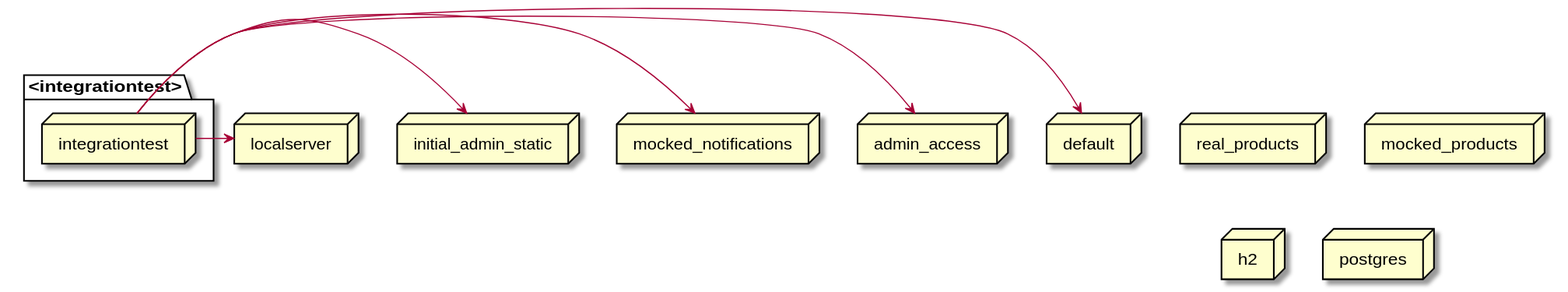
Earlier version of the PlantUML export docs/latest/images/gen_springprofiles-integrationtest.svg (mercedes-benz/sechub).
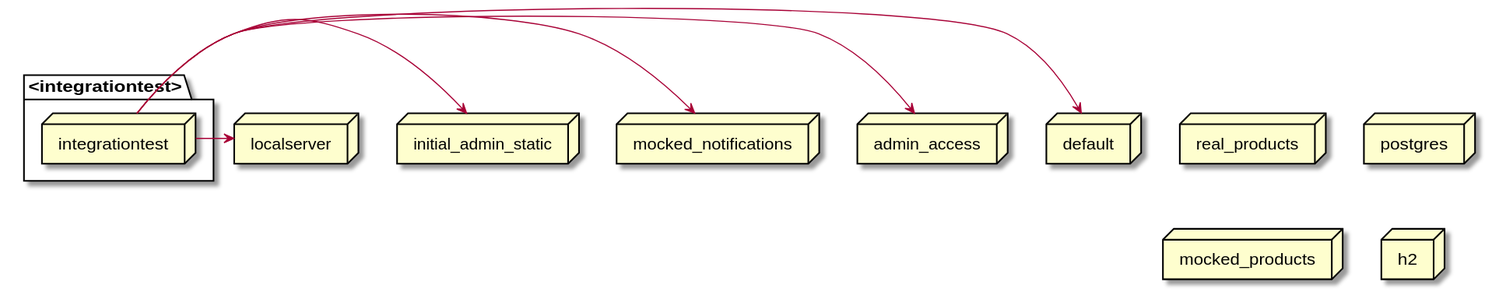
The same file after the commit.

What changed in the source:
```diff
@@ -1,16 +1,16 @@
 @startuml
+node real_products
+node default
+node postgres
+node localserver
+node mocked_products
+node mocked_notifications
+node admin_access
 package <integrationtest>{
    node integrationtest
 }
 node initial_admin_static
-node real_products
-node localserver
-node mocked_notifications
-node mocked_products
 node h2
-node admin_access
-node default
-node postgres
 integrationtest -> localserver
 integrationtest -> initial_admin_static
 integrationtest -> mocked_notifications
```
